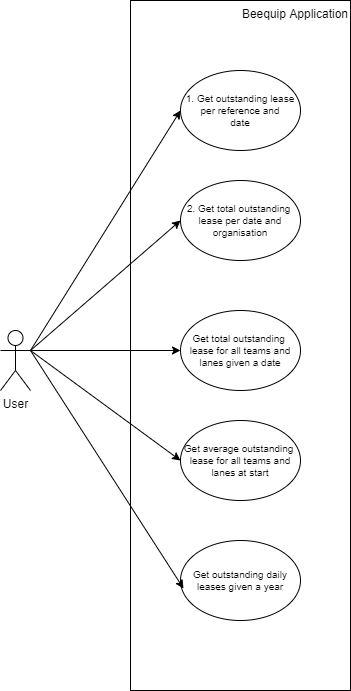
vermeulenjorg/beequip_test keeps this draw.io diagram as docs/20211207_Use_Cases.png. Above is the earlier version. Source tidied: cells renumbered, new cells last; positions are measured from the earlier drawing's top-left corner, leaving out a move shared by most shapes.
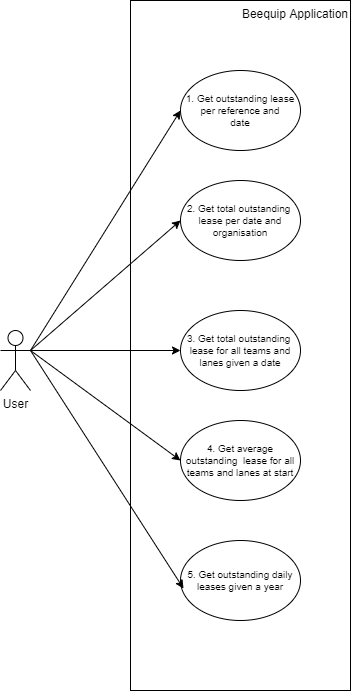
Later version of the same file.

What changed in the source:
```diff
@@ -14,10 +14,10 @@
     <mxCell id="5" value="2. Get total outstanding&amp;nbsp; lease per date and organisation" style="ellipse;whiteSpace=wrap;html=1;fontSize=10;" parent="1" vertex="1">
       <mxGeometry x="180" y="180" width="120" height="80" as="geometry" />
     </mxCell>
-    <mxCell id="6" value="Get total outstanding&amp;nbsp; lease for all teams and lanes given a date" style="ellipse;whiteSpace=wrap;html=1;fontSize=10;" parent="1" vertex="1">
+    <mxCell id="6" value="3. Get total outstanding&amp;nbsp; lease for all teams and lanes given a date" style="ellipse;whiteSpace=wrap;html=1;fontSize=10;" parent="1" vertex="1">
       <mxGeometry x="180" y="310" width="120" height="80" as="geometry" />
     </mxCell>
-    <mxCell id="7" value="Get average outstanding&amp;nbsp; lease for all teams and lanes at start" style="ellipse;whiteSpace=wrap;html=1;fontSize=10;" parent="1" vertex="1">
+    <mxCell id="7" value="4. Get average outstanding&amp;nbsp; lease for all teams and lanes at start" style="ellipse;whiteSpace=wrap;html=1;fontSize=10;" parent="1" vertex="1">
       <mxGeometry x="180" y="420" width="120" height="80" as="geometry" />
     </mxCell>
     <mxCell id="8" style="endArrow=classic;html=1;exitX=1;exitY=0.3333333333333333;exitDx=0;exitDy=0;exitPerimeter=0;entryX=0;entryY=0.5;entryDx=0;entryDy=0;" parent="1" edge="1" source="3" target="4">
@@ -32,7 +32,7 @@
     <mxCell id="11" style="endArrow=classic;html=1;entryX=0;entryY=0.5;entryDx=0;entryDy=0;exitX=1;exitY=0.3333333333333333;exitDx=0;exitDy=0;exitPerimeter=0;" parent="1" edge="1" source="3" target="7">
       <mxGeometry relative="1" as="geometry" />
     </mxCell>
-    <mxCell id="12" value="Get outstanding daily leases given a year" style="ellipse;whiteSpace=wrap;html=1;fontSize=10;" parent="1" vertex="1">
+    <mxCell id="12" value="5. Get outstanding daily leases given a year" style="ellipse;whiteSpace=wrap;html=1;fontSize=10;" parent="1" vertex="1">
       <mxGeometry x="180" y="540" width="120" height="80" as="geometry" />
     </mxCell>
     <mxCell id="13" style="endArrow=classic;html=1;entryX=0.025;entryY=0.6;entryDx=0;entryDy=0;exitX=1;exitY=0.3333333333333333;exitDx=0;exitDy=0;exitPerimeter=0;entryPerimeter=0;" parent="1" edge="1" source="3" target="12">
```
